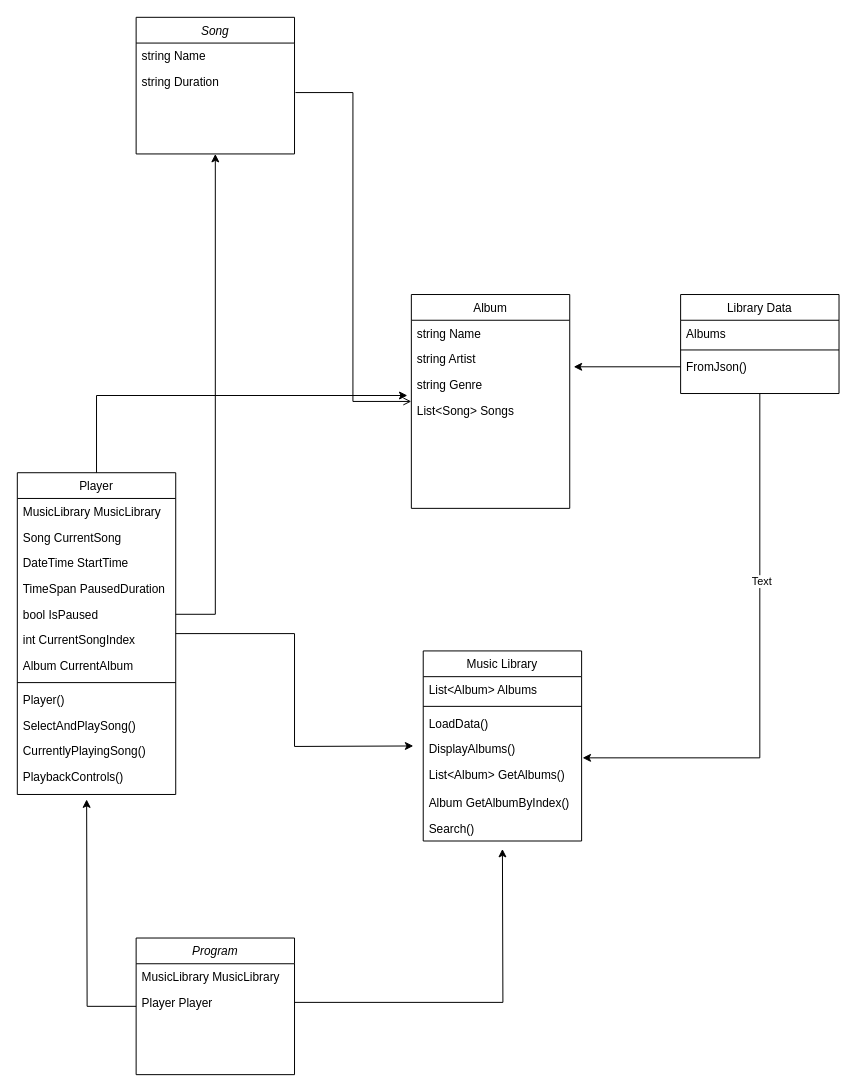
Earlier version of the draw.io diagram ClassDiagram.drawio (merttuncerrep/MP3Player). Source tidied: cells renumbered, new cells numbered last; positions are measured from the earlier drawing's top-left corner, leaving out a move shared by most shapes. Both pictures are drawn from the tidied source at 99%, with x=0, y=0 at pixel (17, 17).
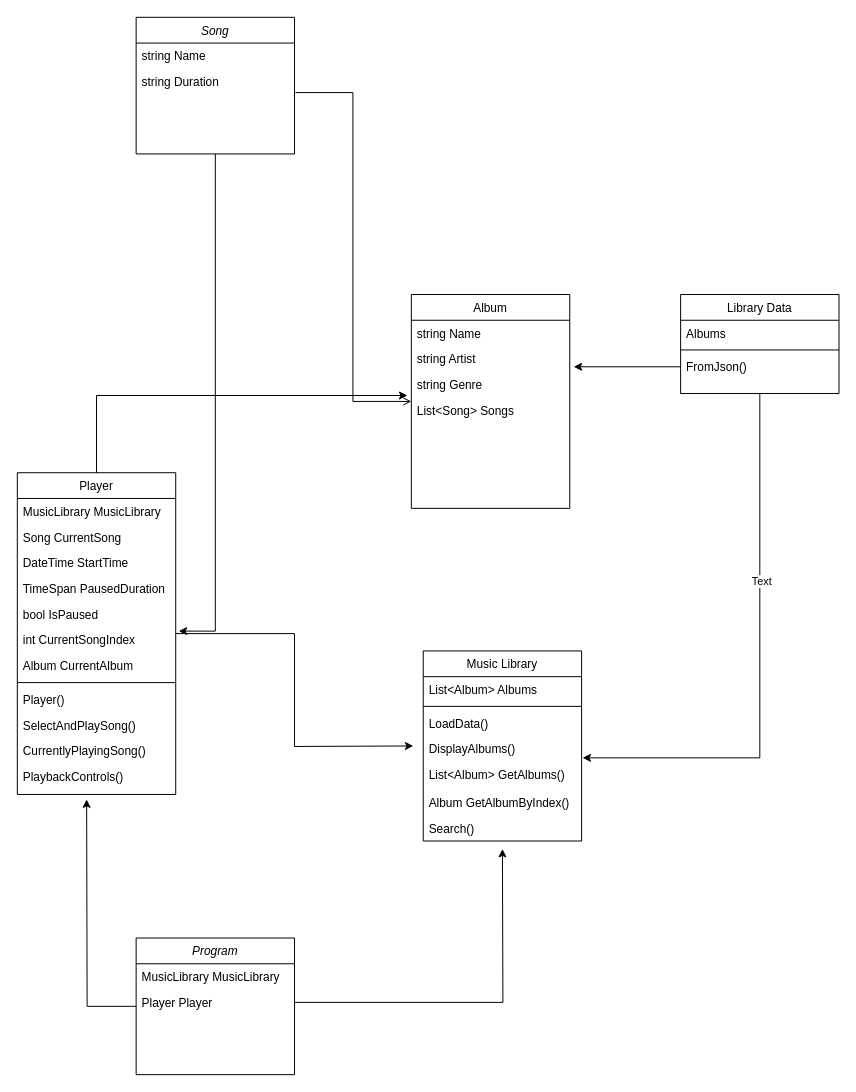
The same diagram, later.

Unchanged cells that the change refers to:
```xml
<mxCell id="2" value="Song" style="swimlane;fontStyle=2;align=center;verticalAlign=top;horizontal=1;startSize=26;rounded=0;shadow=0;strokeWidth=1;" parent="1" vertex="1">
  <mxGeometry x="120" width="160" height="138" as="geometry" />
</mxCell>
<mxCell id="19" value="bool IsPaused" style="text;align=left;verticalAlign=top;spacingLeft=4;spacingRight=4;overflow=hidden;points=[[0,0.5],[1,0.5]];portConstraint=eastwest;" parent="14" vertex="1">
  <mxGeometry y="130" width="160" height="26" as="geometry" />
</mxCell>
<mxCell id="20" value="int CurrentSongIndex" style="text;align=left;verticalAlign=top;spacingLeft=4;spacingRight=4;overflow=hidden;points=[[0,0.5],[1,0.5]];portConstraint=eastwest;" parent="14" vertex="1">
  <mxGeometry y="156" width="160" height="26" as="geometry" />
</mxCell>
```

Change to the diagram source:
```diff
@@
-    <mxCell id="38" style="edgeStyle=orthogonalEdgeStyle;rounded=0;jettySize=auto;html=1;entryX=0.5;entryY=1;entryDx=0;entryDy=0;" parent="1" edge="1" source="19" target="2">
-      <mxGeometry relative="1" as="geometry" />
-    </mxCell>
@@
+    <mxCell id="48" style="edgeStyle=orthogonalEdgeStyle;rounded=0;jettySize=auto;html=1;entryX=1.019;entryY=0.154;entryDx=0;entryDy=0;entryPerimeter=0;" parent="1" edge="1" source="2" target="20">
+      <mxGeometry relative="1" as="geometry" />
+    </mxCell>
```
